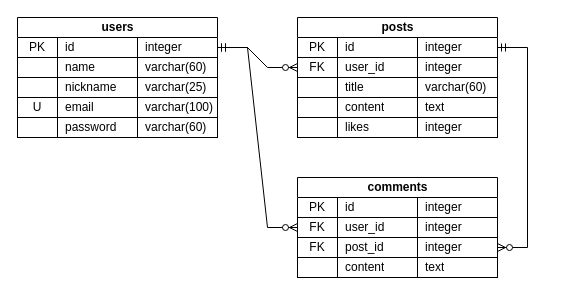
The draw.io diagram diagrama.drawio in fernando-fix/collab-prjBlog, before the edit. Source tidied: cells renumbered, new cells numbered last; positions are measured from the earlier drawing's top-left corner, leaving out a move shared by most shapes. Both pictures are drawn from the tidied source at 100%, with x=0, y=0 at pixel (17, 17).
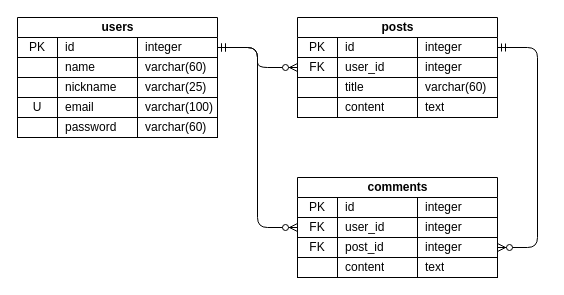
The same diagram, later.

Commit message (it also covers changes not shown here):
Efetuado ajustes no diagrama

Unchanged cells that the change refers to:
```xml
<mxCell id="3" style="shape=tableRow;horizontal=0;startSize=0;swimlaneHead=0;swimlaneBody=0;fillColor=none;points=[[0,0.5],[1,0.5]];portConstraint=eastwest;top=0;left=0;right=0;bottom=1;" parent="2" vertex="1">
  <mxGeometry y="20" width="200" height="20" as="geometry" />
</mxCell>
<mxCell id="24" style="shape=tableRow;horizontal=0;startSize=0;swimlaneHead=0;swimlaneBody=0;fillColor=none;points=[[0,0.5],[1,0.5]];portConstraint=eastwest;top=0;left=0;right=0;bottom=1;" parent="23" vertex="1">
  <mxGeometry y="20" width="200" height="20" as="geometry" />
</mxCell>
<mxCell id="28" style="shape=tableRow;horizontal=0;startSize=0;swimlaneHead=0;swimlaneBody=0;fillColor=none;points=[[0,0.5],[1,0.5]];portConstraint=eastwest;top=0;left=0;right=0;bottom=1;" parent="23" vertex="1">
  <mxGeometry y="40" width="200" height="20" as="geometry" />
</mxCell>
<mxCell id="50" style="shape=tableRow;horizontal=0;startSize=0;swimlaneHead=0;swimlaneBody=0;fillColor=none;points=[[0,0.5],[1,0.5]];portConstraint=eastwest;top=0;left=0;right=0;bottom=1;" parent="45" vertex="1">
  <mxGeometry y="40" width="200" height="20" as="geometry" />
</mxCell>
<mxCell id="54" style="shape=tableRow;horizontal=0;startSize=0;swimlaneHead=0;swimlaneBody=0;fillColor=none;points=[[0,0.5],[1,0.5]];portConstraint=eastwest;top=0;left=0;right=0;bottom=1;" parent="45" vertex="1">
  <mxGeometry y="60" width="200" height="20" as="geometry" />
</mxCell>
```

Diff of the diagram source:
```diff
@@
     <mxCell id="23" value="posts" style="shape=table;startSize=20;childLayout=tableLayout;rowLines=0;fontStyle=1;align=center;html=1;" parent="1" vertex="1">
-      <mxGeometry x="280" width="200" height="120" as="geometry" />
+      <mxGeometry x="280" width="200" height="100" as="geometry" />
     </mxCell>
@@
-    <mxCell id="40" style="shape=tableRow;horizontal=0;startSize=0;swimlaneHead=0;swimlaneBody=0;fillColor=none;top=0;left=0;right=0;bottom=1;" parent="23" vertex="1">
-      <mxGeometry y="100" width="200" height="20" as="geometry" />
-    </mxCell>
-    <mxCell id="41" style="shape=partialRectangle;fillColor=none;top=0;left=0;bottom=0;right=0;fontStyle=0;overflow=hidden;whiteSpace=wrap;html=1;" parent="40" vertex="1">
-      <mxGeometry width="40" height="20" as="geometry" />
-    </mxCell>
-    <mxCell id="42" value="likes" style="shape=partialRectangle;fillColor=none;top=0;left=0;bottom=0;right=0;align=left;spacingLeft=6;fontStyle=0;overflow=hidden;whiteSpace=wrap;html=1;" parent="40" vertex="1">
-      <mxGeometry x="40" width="80" height="20" as="geometry" />
-    </mxCell>
-    <mxCell id="43" value="integer" style="shape=partialRectangle;fillColor=none;top=0;left=0;bottom=0;right=0;align=left;spacingLeft=6;fontStyle=0;overflow=hidden;whiteSpace=wrap;html=1;" parent="40" vertex="1">
-      <mxGeometry x="120" width="80" height="20" as="geometry" />
-    </mxCell>
-    <mxCell id="44" style="edgeStyle=entityRelationEdgeStyle;rounded=0;jettySize=auto;html=1;strokeColor=default;align=center;verticalAlign=middle;fontFamily=Helvetica;fontSize=12;fontColor=default;labelBackgroundColor=default;startArrow=ERmandOne;endArrow=ERzeroToMany;" parent="1" edge="1" source="3" target="28">
-      <mxGeometry relative="1" as="geometry" />
-    </mxCell>
@@
-    <mxCell id="62" style="edgeStyle=entityRelationEdgeStyle;rounded=0;jettySize=auto;html=1;strokeColor=default;align=center;verticalAlign=middle;fontFamily=Helvetica;fontSize=12;fontColor=default;labelBackgroundColor=default;startArrow=ERmandOne;endArrow=ERzeroToMany;" parent="1" edge="1" source="3" target="50">
+    <mxCell id="62" style="edgeStyle=elbowEdgeStyle;rounded=1;jettySize=auto;html=1;strokeColor=default;align=center;verticalAlign=middle;fontFamily=Helvetica;fontSize=12;fontColor=default;labelBackgroundColor=default;startArrow=ERmandOne;endArrow=ERzeroToMany;curved=0;" parent="1" edge="1" source="3" target="50">
       <mxGeometry relative="1" as="geometry" />
     </mxCell>
+    <mxCell id="44" style="edgeStyle=elbowEdgeStyle;curved=0;rounded=1;jettySize=auto;html=1;strokeColor=default;align=center;verticalAlign=middle;fontFamily=Helvetica;fontSize=12;fontColor=default;labelBackgroundColor=default;startArrow=ERmandOne;endArrow=ERzeroToMany;" parent="1" edge="1" source="3" target="28">
+      <mxGeometry relative="1" as="geometry" />
+    </mxCell>
-    <mxCell id="63" style="edgeStyle=entityRelationEdgeStyle;rounded=0;jettySize=auto;html=1;strokeColor=default;align=center;verticalAlign=middle;fontFamily=Helvetica;fontSize=12;fontColor=default;labelBackgroundColor=default;startArrow=ERmandOne;endArrow=ERzeroToMany;" parent="1" edge="1" source="24" target="54">
-      <mxGeometry relative="1" as="geometry" />
+    <mxCell id="63" style="edgeStyle=elbowEdgeStyle;curved=0;rounded=1;jettySize=auto;html=1;strokeColor=default;align=center;verticalAlign=middle;fontFamily=Helvetica;fontSize=12;fontColor=default;labelBackgroundColor=default;startArrow=ERmandOne;endArrow=ERzeroToMany;" parent="1" edge="1" source="24" target="54">
+      <mxGeometry relative="1" as="geometry">
+        <Array as="points">
+          <mxPoint x="520" y="150" />
+          <mxPoint x="520" y="120" />
+        </Array>
+      </mxGeometry>
     </mxCell>
```
